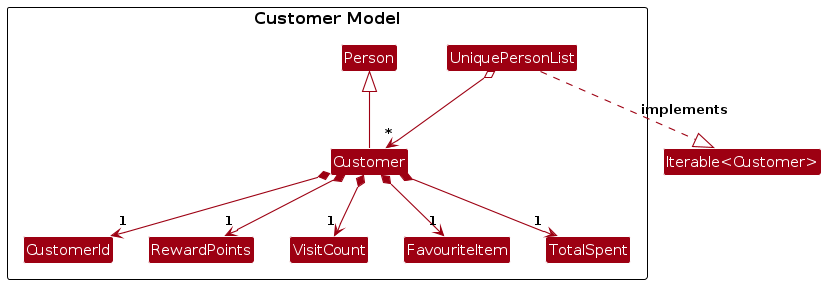
Above: diagrams/CustomerModelClassDiagram.png in rannn367/tp (PlantUML), before the change. Its source is kept beside it as diagrams/CustomerModelClassDiagram.puml.
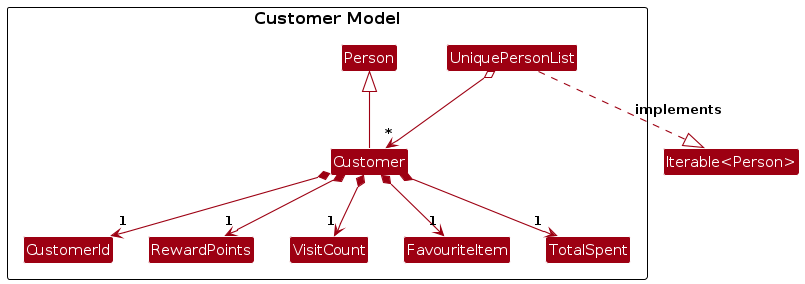
The same diagram one commit later.

The edit, as a diff of the source:
```diff
@@ -106,6 +106,6 @@
 Customer *--> "1" TotalSpent
 
 UniquePersonList o--> "*" Customer
-UniquePersonList ..|> "Iterable<Customer>" : implements
+UniquePersonList ..|> "Iterable<Person>" : implements
 
 @enduml
```
